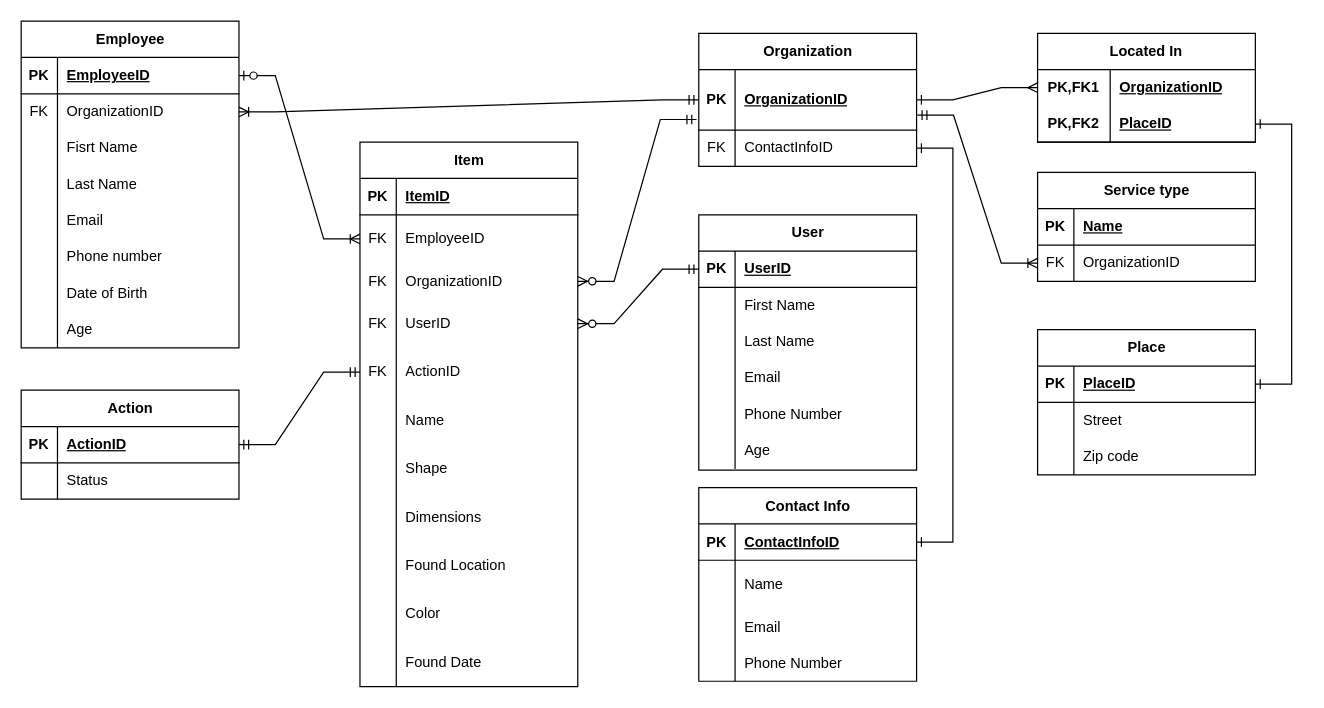
This is logical model.drawio from igor2080/db1_large_project, a draw.io file, before an edit. Source tidied: cells renumbered, new cells numbered last; positions are measured from the earlier drawing's top-left corner, leaving out a move shared by most shapes. Both pictures are drawn from the tidied source at 121%, with x=0, y=0 at pixel (21, 21).
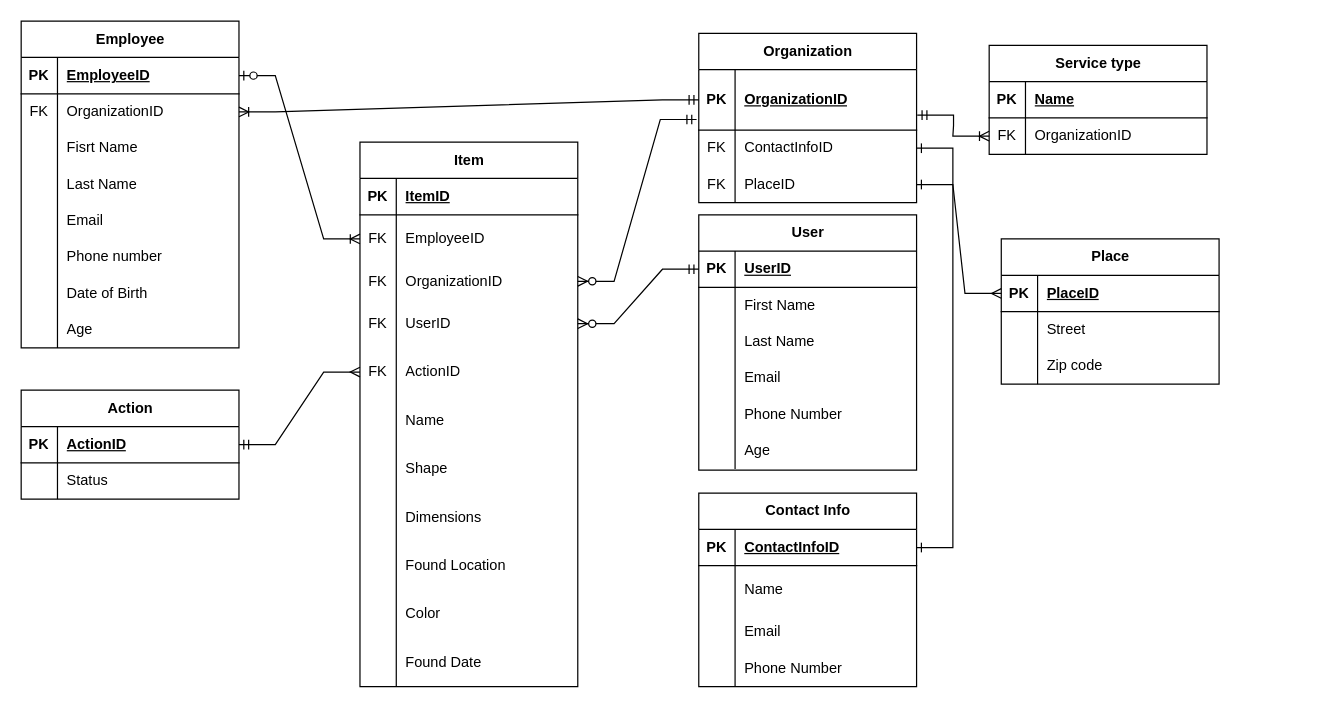
The same page after the edit.

Commit message (it also covers changes not shown here):
update arrow for action to item, remove locatedIn entity

Unchanged cells that the change refers to:
```xml
<mxCell id="29" style="shape=tableRow;horizontal=0;startSize=0;swimlaneHead=0;swimlaneBody=0;fillColor=none;points=[[0,0.5],[1,0.5]];portConstraint=eastwest;top=0;left=0;right=0;bottom=1;" parent="28" vertex="1">
  <mxGeometry y="30" width="180" height="50" as="geometry" />
</mxCell>
<mxCell id="43" style="shape=tableRow;horizontal=0;startSize=0;swimlaneHead=0;swimlaneBody=0;fillColor=none;points=[[0,0.5],[1,0.5]];portConstraint=eastwest;top=0;left=0;right=0;bottom=1;" parent="42" vertex="1">
  <mxGeometry y="30" width="180" height="30" as="geometry" />
</mxCell>
<mxCell id="65" style="shape=tableRow;horizontal=0;startSize=0;swimlaneHead=0;swimlaneBody=0;fillColor=none;points=[[0,0.5],[1,0.5]];portConstraint=eastwest;top=0;left=0;right=0;bottom=0;" parent="52" vertex="1">
  <mxGeometry y="170" width="180" height="40" as="geometry" />
</mxCell>
<mxCell id="133" value="Action" style="shape=table;startSize=30;childLayout=tableLayout;rowLines=0;fontStyle=1;align=center;html=1;" parent="1" vertex="1">
  <mxGeometry y="305" width="180" height="90" as="geometry" />
</mxCell>
```

Change to the diagram source:
```diff
@@
     <mxCell id="28" value="Organization" style="shape=table;startSize=30;childLayout=tableLayout;rowLines=0;fontStyle=1;align=center;html=1;" parent="1" vertex="1">
-      <mxGeometry x="560" y="10" width="180" height="110" as="geometry" />
+      <mxGeometry x="560" y="10" width="180" height="140" as="geometry" />
     </mxCell>
@@
+    <mxCell id="141" style="shape=tableRow;horizontal=0;startSize=0;swimlaneHead=0;swimlaneBody=0;fillColor=none;points=[[0,0.5],[1,0.5]];portConstraint=eastwest;top=0;left=0;right=0;bottom=0;" parent="28" vertex="1">
+      <mxGeometry y="110" width="180" height="30" as="geometry" />
+    </mxCell>
+    <mxCell id="142" value="FK" style="shape=partialRectangle;fillColor=none;top=0;left=0;bottom=0;right=0;overflow=hidden;whiteSpace=wrap;html=1;" parent="141" vertex="1">
+      <mxGeometry width="30" height="30" as="geometry" />
+    </mxCell>
+    <mxCell id="111" value="PlaceID" style="shape=partialRectangle;fillColor=none;top=0;left=0;bottom=0;right=0;align=left;spacingLeft=6;overflow=hidden;whiteSpace=wrap;html=1;" parent="141" vertex="1">
+      <mxGeometry x="30" width="150" height="30" as="geometry" />
+    </mxCell>
     <mxCell id="35" value="Service type" style="shape=table;startSize=30;childLayout=tableLayout;rowLines=0;fontStyle=1;align=center;html=1;" parent="1" vertex="1">
-      <mxGeometry x="840" y="125" width="180" height="90" as="geometry" />
+      <mxGeometry x="800" y="20" width="180" height="90" as="geometry" />
     </mxCell>
@@
     <mxCell id="42" value="Place" style="shape=table;startSize=30;childLayout=tableLayout;rowLines=0;fontStyle=1;align=center;html=1;" parent="1" vertex="1">
-      <mxGeometry x="840" y="255" width="180" height="120" as="geometry" />
+      <mxGeometry x="810" y="180" width="180" height="120" as="geometry" />
     </mxCell>
@@
-    <mxCell id="105" value="Located In" style="shape=table;startSize=30;childLayout=tableLayout;rowLines=0;fontStyle=1;align=center;html=1;whiteSpace=wrap;" parent="1" vertex="1">
-      <mxGeometry x="840" y="10" width="180" height="90" as="geometry" />
-    </mxCell>
-    <mxCell id="106" style="shape=tableRow;horizontal=0;startSize=0;swimlaneHead=0;swimlaneBody=0;fillColor=none;points=[[0,0.5],[1,0.5]];portConstraint=eastwest;top=0;left=0;right=0;bottom=0;html=1;" parent="105" vertex="1">
-      <mxGeometry y="30" width="180" height="30" as="geometry" />
-    </mxCell>
-    <mxCell id="107" value="PK,FK1" style="shape=partialRectangle;fillColor=none;top=0;left=0;bottom=0;right=0;fontStyle=1;overflow=hidden;html=1;whiteSpace=wrap;" parent="106" vertex="1">
-      <mxGeometry width="60" height="30" as="geometry" />
-    </mxCell>
-    <mxCell id="108" value="OrganizationID" style="shape=partialRectangle;fillColor=none;top=0;left=0;bottom=0;right=0;align=left;spacingLeft=6;fontStyle=5;overflow=hidden;html=1;whiteSpace=wrap;" parent="106" vertex="1">
-      <mxGeometry x="60" width="120" height="30" as="geometry" />
-    </mxCell>
-    <mxCell id="109" style="shape=tableRow;horizontal=0;startSize=0;swimlaneHead=0;swimlaneBody=0;fillColor=none;points=[[0,0.5],[1,0.5]];portConstraint=eastwest;top=0;left=0;right=0;bottom=1;html=1;" parent="105" vertex="1">
-      <mxGeometry y="60" width="180" height="30" as="geometry" />
-    </mxCell>
-    <mxCell id="110" value="PK,FK2" style="shape=partialRectangle;fillColor=none;top=0;left=0;bottom=0;right=0;fontStyle=1;overflow=hidden;html=1;whiteSpace=wrap;" parent="109" vertex="1">
-      <mxGeometry width="60" height="30" as="geometry" />
-    </mxCell>
-    <mxCell id="111" value="PlaceID" style="shape=partialRectangle;fillColor=none;top=0;left=0;bottom=0;right=0;align=left;spacingLeft=6;fontStyle=5;overflow=hidden;html=1;whiteSpace=wrap;" parent="109" vertex="1">
-      <mxGeometry x="60" width="120" height="30" as="geometry" />
-    </mxCell>
@@
-    <mxCell id="113" style="edgeStyle=entityRelationEdgeStyle;fontSize=12;html=1;endArrow=ERone;startArrow=ERmany;rounded=0;endFill=0;" parent="1" edge="1" source="106" target="29">
+    <mxCell id="113" style="edgeStyle=entityRelationEdgeStyle;fontSize=12;html=1;endArrow=ERone;startArrow=ERmany;rounded=0;endFill=0;" parent="1" edge="1" source="43" target="141">
       <mxGeometry relative="1" as="geometry" />
     </mxCell>
-    <mxCell id="114" style="edgeStyle=entityRelationEdgeStyle;fontSize=12;html=1;endArrow=ERone;startArrow=ERone;rounded=0;entryX=1;entryY=0.5;entryDx=0;entryDy=0;startFill=0;endFill=0;" parent="1" edge="1" source="109" target="43">
-      <mxGeometry relative="1" as="geometry" />
-    </mxCell>
@@
     <mxCell id="116" value="Contact Info" style="shape=table;startSize=30;childLayout=tableLayout;rowLines=0;fontStyle=1;align=center;html=1;" parent="1" vertex="1">
-      <mxGeometry x="560" y="385.5" width="180" height="160" as="geometry" />
+      <mxGeometry x="560" y="390" width="180" height="160" as="geometry" />
     </mxCell>
@@
-    <mxCell id="140" style="edgeStyle=entityRelationEdgeStyle;fontSize=12;html=1;endArrow=ERmandOne;startArrow=ERmandOne;rounded=0;endFill=0;" parent="1" edge="1" source="65" target="133">
+    <mxCell id="140" style="edgeStyle=entityRelationEdgeStyle;fontSize=12;html=1;endArrow=ERmandOne;startArrow=ERmany;rounded=0;endFill=0;startFill=0;" parent="1" edge="1" source="65" target="133">
       <mxGeometry relative="1" as="geometry" />
     </mxCell>
```
